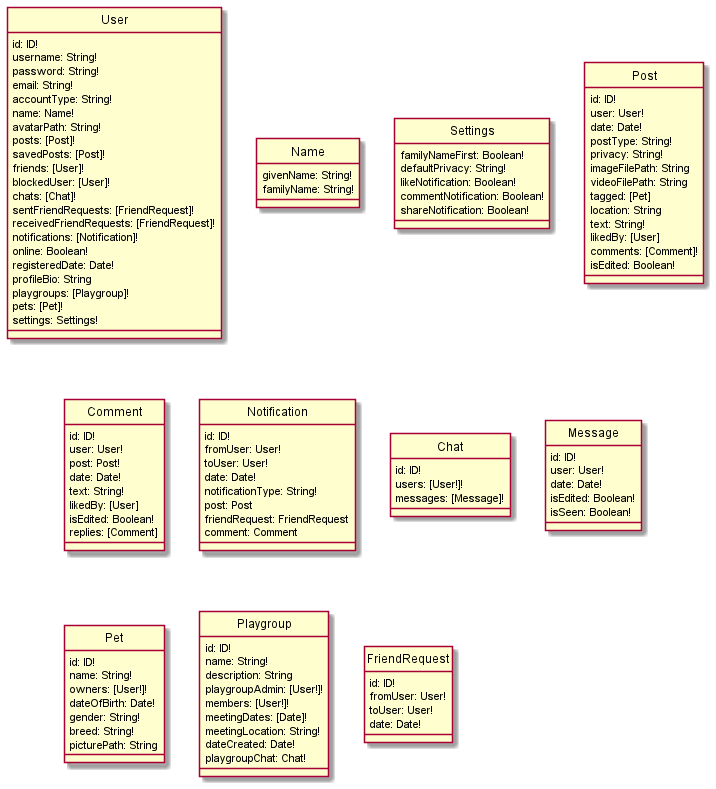
The PlantUML diagram docs/uml/DataSchema.png in bryanwhl/pet-social, before a commit.
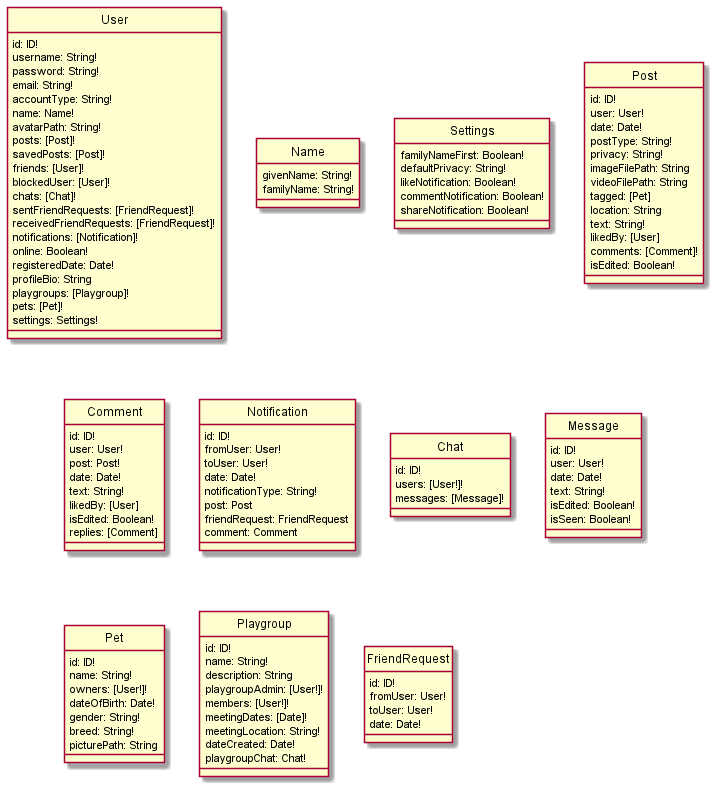
Later version of the same file.

What changed in the source:
```diff
@@ -87,6 +87,7 @@
     id: ID!
     user: User!
     date: Date!
+    text: String!
     isEdited: Boolean!
     isSeen: Boolean!
 }
```
